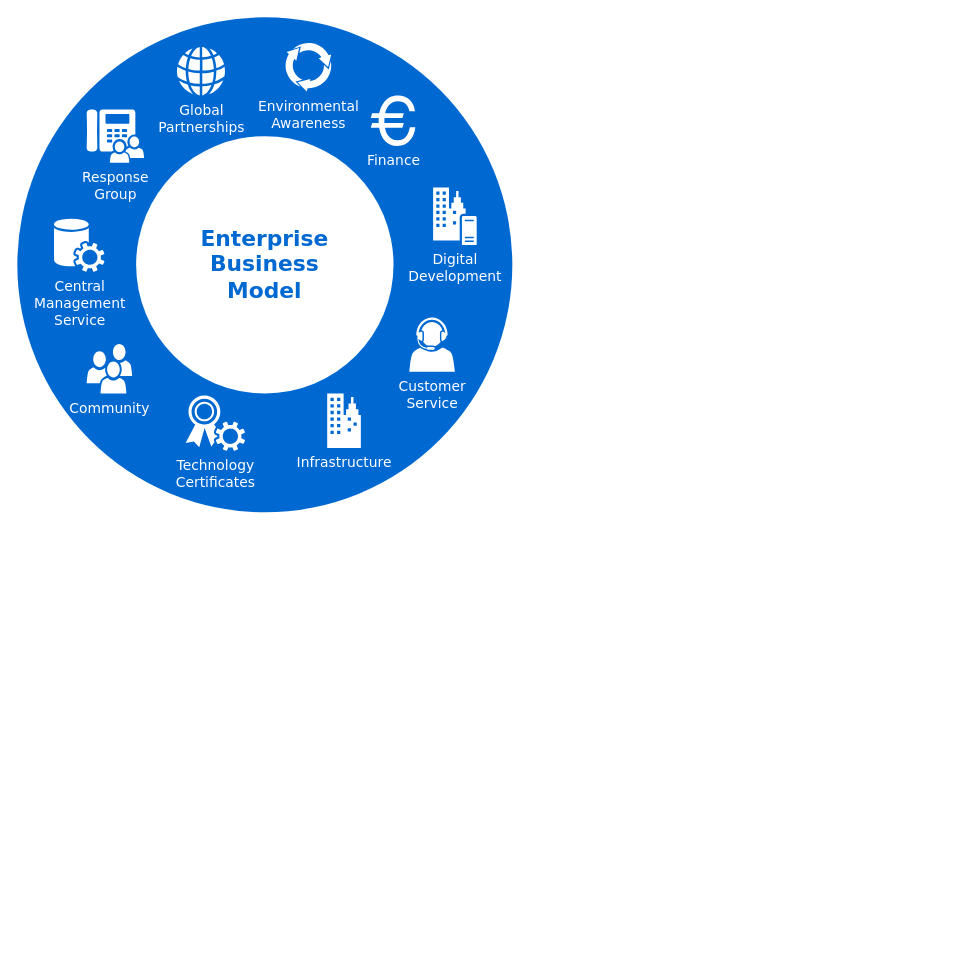
This is Untitled Diagram.drawio from paraghappygarg/paraghappygarg, a draw.io file, before an edit. Source tidied: cells renumbered, new cells numbered last; positions are measured from the earlier drawing's top-left corner, leaving out a move shared by most shapes. Both pictures are drawn from the tidied source at 99%, with x=0, y=0 at pixel (17, 17).
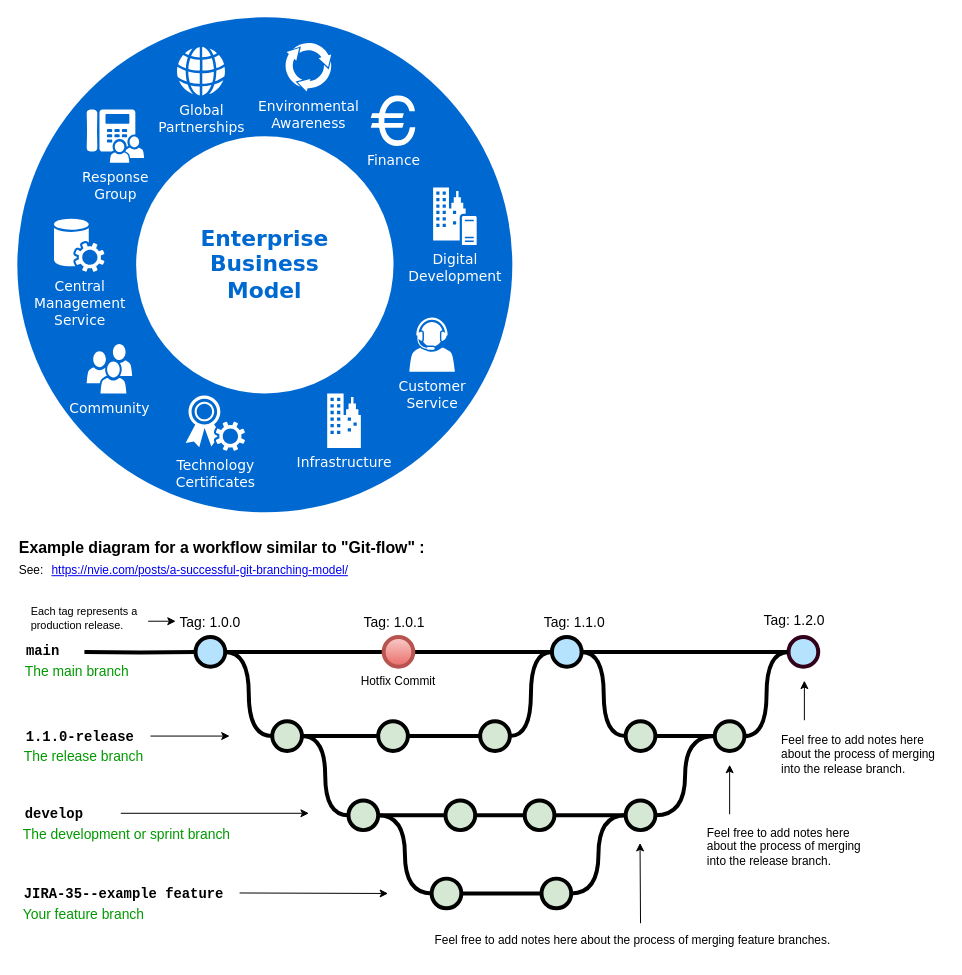
The same page after the edit.

The edit, as a diff of the source:
```diff
@@
+    <mxCell id="14" value="Hotfix Commit" style="text;html=1;strokeColor=none;fillColor=none;align=center;verticalAlign=middle;whiteSpace=wrap;overflow=hidden;" parent="1" vertex="1">
+      <mxGeometry x="345" y="656" width="80" height="30" as="geometry" />
+    </mxCell>
+    <mxCell id="15" style="edgeStyle=orthogonalEdgeStyle;rounded=0;html=1;jettySize=auto;plain-blue;endArrow=none;endFill=0;strokeWidth=4;strokeColor=#000000;entryX=0;entryY=0.5;entryDx=0;entryDy=0;entryPerimeter=0;" parent="1" edge="1" source="17" target="73">
+      <mxGeometry x="490" y="751" as="geometry" />
+    </mxCell>
+    <mxCell id="16" style="edgeStyle=orthogonalEdgeStyle;curved=1;rounded=0;html=1;exitX=1;exitY=0.5;exitPerimeter=0;entryX=0;entryY=0.5;entryPerimeter=0;endArrow=none;endFill=0;jettySize=auto;strokeWidth=4;fontSize=15;" parent="1" edge="1" source="17" target="25">
+      <mxGeometry relative="1" as="geometry" />
+    </mxCell>
+    <mxCell id="17" style="verticalLabelPosition=bottom;verticalAlign=top;html=1;strokeWidth=4;shape=mxgraph.flowchart.on-page_reference;plain-blue;gradientColor=none;fillColor=#B5E3Fe;strokeColor=#000000;" parent="1" vertex="1">
+      <mxGeometry x="180" y="626" width="30" height="30" as="geometry" />
+    </mxCell>
+    <mxCell id="18" style="edgeStyle=orthogonalEdgeStyle;curved=1;rounded=0;jettySize=auto;html=1;endArrow=none;endFill=0;strokeWidth=4;entryX=0;entryY=0.5;entryDx=0;entryDy=0;entryPerimeter=0;" parent="1" edge="1" source="20" target="21">
+      <mxGeometry relative="1" as="geometry" />
+    </mxCell>
+    <mxCell id="19" style="edgeStyle=orthogonalEdgeStyle;curved=1;rounded=0;jettySize=auto;html=1;exitX=1;exitY=0.5;exitDx=0;exitDy=0;exitPerimeter=0;entryX=0;entryY=0.5;entryDx=0;entryDy=0;entryPerimeter=0;endArrow=none;endFill=0;strokeWidth=4;fontFamily=Courier New;fontColor=#009900;" parent="1" edge="1" source="20" target="57">
+      <mxGeometry relative="1" as="geometry" />
+    </mxCell>
+    <mxCell id="20" style="verticalLabelPosition=bottom;verticalAlign=top;html=1;strokeWidth=4;shape=mxgraph.flowchart.on-page_reference;plain-blue;gradientColor=none;strokeColor=#000000;fillColor=#B5E3FE;" parent="1" vertex="1">
+      <mxGeometry x="540" y="626" width="30" height="30" as="geometry" />
+    </mxCell>
+    <mxCell id="21" style="verticalLabelPosition=bottom;verticalAlign=top;html=1;strokeWidth=4;shape=mxgraph.flowchart.on-page_reference;plain-blue;gradientColor=none;strokeColor=#33001A;fillColor=#B5E3FE;" parent="1" vertex="1">
+      <mxGeometry x="779" y="626" width="30" height="30" as="geometry" />
+    </mxCell>
+    <mxCell id="22" style="edgeStyle=orthogonalEdgeStyle;rounded=0;html=1;jettySize=auto;strokeWidth=4;endArrow=none;endFill=0;" parent="1" edge="1" target="17">
+      <mxGeometry x="390" y="751" as="geometry">
+        <mxPoint x="67.8" y="641" as="sourcePoint" />
+      </mxGeometry>
+    </mxCell>
+    <mxCell id="23" value="main" style="text;html=1;strokeColor=none;fillColor=none;align=center;verticalAlign=middle;whiteSpace=wrap;overflow=hidden;fontSize=14;fontStyle=1;fontFamily=Courier New;" parent="1" vertex="1">
+      <mxGeometry x="0.8" y="620" width="50" height="42" as="geometry" />
+    </mxCell>
+    <mxCell id="24" style="edgeStyle=orthogonalEdgeStyle;curved=1;rounded=0;html=1;exitX=1;exitY=0.5;exitPerimeter=0;endArrow=none;endFill=0;jettySize=auto;strokeWidth=4;fontSize=15;" parent="1" edge="1" source="25" target="27">
+      <mxGeometry relative="1" as="geometry" />
+    </mxCell>
+    <mxCell id="25" style="verticalLabelPosition=bottom;verticalAlign=top;html=1;strokeWidth=4;shape=mxgraph.flowchart.on-page_reference;plain-purple;gradientColor=none;strokeColor=#000000;fillColor=#D5E8D4;" parent="1" vertex="1">
+      <mxGeometry x="257.5" y="711" width="30" height="30" as="geometry" />
+    </mxCell>
+    <mxCell id="26" style="edgeStyle=orthogonalEdgeStyle;curved=1;rounded=0;html=1;exitX=1;exitY=0.5;exitPerimeter=0;entryX=0;entryY=0.5;entryPerimeter=0;endArrow=none;endFill=0;jettySize=auto;strokeWidth=4;fontSize=15;" parent="1" edge="1" source="27" target="29">
+      <mxGeometry relative="1" as="geometry" />
+    </mxCell>
+    <mxCell id="27" style="verticalLabelPosition=bottom;verticalAlign=top;html=1;strokeWidth=4;shape=mxgraph.flowchart.on-page_reference;plain-purple;gradientColor=none;strokeColor=#000000;fillColor=#D5E8D4;" parent="1" vertex="1">
+      <mxGeometry x="364.5" y="711" width="30" height="30" as="geometry" />
+    </mxCell>
+    <mxCell id="28" style="edgeStyle=orthogonalEdgeStyle;curved=1;rounded=0;html=1;exitX=1;exitY=0.5;exitPerimeter=0;entryX=0;entryY=0.5;entryPerimeter=0;endArrow=none;endFill=0;jettySize=auto;strokeWidth=4;fontSize=15;" parent="1" edge="1" source="29" target="20">
+      <mxGeometry relative="1" as="geometry" />
+    </mxCell>
+    <mxCell id="29" style="verticalLabelPosition=bottom;verticalAlign=top;html=1;strokeWidth=4;shape=mxgraph.flowchart.on-page_reference;plain-purple;gradientColor=none;strokeColor=#000000;fillColor=#D5E8D4;" parent="1" vertex="1">
+      <mxGeometry x="467.5" y="711" width="30" height="30" as="geometry" />
+    </mxCell>
+    <mxCell id="30" value="1.1.0-release" style="text;html=1;strokeColor=none;fillColor=none;align=left;verticalAlign=middle;whiteSpace=wrap;overflow=hidden;fontSize=14;fontStyle=1;fontFamily=Courier New;" parent="1" vertex="1">
+      <mxGeometry x="6.5" y="716" width="240" height="20" as="geometry" />
+    </mxCell>
+    <mxCell id="31" style="edgeStyle=orthogonalEdgeStyle;rounded=0;jettySize=auto;html=1;endArrow=none;endFill=0;strokeWidth=4;" parent="1" edge="1" source="34" target="36">
+      <mxGeometry relative="1" as="geometry" />
+    </mxCell>
+    <mxCell id="32" style="edgeStyle=orthogonalEdgeStyle;rounded=0;jettySize=auto;html=1;entryX=1;entryY=0.5;entryDx=0;entryDy=0;entryPerimeter=0;endArrow=none;endFill=0;strokeWidth=4;curved=1;" parent="1" edge="1" source="34" target="25">
+      <mxGeometry relative="1" as="geometry" />
+    </mxCell>
+    <mxCell id="33" style="edgeStyle=orthogonalEdgeStyle;curved=1;rounded=0;jettySize=auto;html=1;exitX=1;exitY=0.5;exitDx=0;exitDy=0;exitPerimeter=0;entryX=0;entryY=0.5;entryDx=0;entryDy=0;entryPerimeter=0;endArrow=none;endFill=0;strokeWidth=4;fontFamily=Courier New;fontColor=#009900;" parent="1" edge="1" source="34" target="43">
+      <mxGeometry relative="1" as="geometry" />
+    </mxCell>
+    <mxCell id="34" style="verticalLabelPosition=bottom;verticalAlign=top;html=1;strokeWidth=4;shape=mxgraph.flowchart.on-page_reference;plain-purple;gradientColor=none;strokeColor=#000000;fillColor=#D5E8D4;" parent="1" vertex="1">
+      <mxGeometry x="334.5" y="791" width="30" height="30" as="geometry" />
+    </mxCell>
+    <mxCell id="35" style="edgeStyle=orthogonalEdgeStyle;curved=1;rounded=0;jettySize=auto;html=1;endArrow=none;endFill=0;strokeWidth=4;" parent="1" edge="1" source="36" target="38">
+      <mxGeometry relative="1" as="geometry" />
+    </mxCell>
+    <mxCell id="36" style="verticalLabelPosition=bottom;verticalAlign=top;html=1;strokeWidth=4;shape=mxgraph.flowchart.on-page_reference;plain-purple;gradientColor=none;strokeColor=#000000;fillColor=#D5E8D4;" parent="1" vertex="1">
+      <mxGeometry x="432.5" y="791" width="30" height="30" as="geometry" />
+    </mxCell>
+    <mxCell id="37" style="edgeStyle=orthogonalEdgeStyle;curved=1;rounded=0;jettySize=auto;html=1;endArrow=none;endFill=0;strokeWidth=4;fontFamily=Courier New;fontColor=#009900;" parent="1" edge="1" source="38" target="40">
+      <mxGeometry relative="1" as="geometry" />
+    </mxCell>
+    <mxCell id="38" style="verticalLabelPosition=bottom;verticalAlign=top;html=1;strokeWidth=4;shape=mxgraph.flowchart.on-page_reference;plain-purple;gradientColor=none;strokeColor=#000000;fillColor=#D5E8D4;" parent="1" vertex="1">
+      <mxGeometry x="512.5" y="791" width="30" height="30" as="geometry" />
+    </mxCell>
+    <mxCell id="39" style="edgeStyle=orthogonalEdgeStyle;curved=1;rounded=0;jettySize=auto;html=1;entryX=0;entryY=0.5;entryDx=0;entryDy=0;entryPerimeter=0;endArrow=none;endFill=0;strokeWidth=4;fontFamily=Courier New;fontColor=#009900;" parent="1" edge="1" source="40" target="59">
+      <mxGeometry relative="1" as="geometry" />
+    </mxCell>
+    <mxCell id="40" style="verticalLabelPosition=bottom;verticalAlign=top;html=1;strokeWidth=4;shape=mxgraph.flowchart.on-page_reference;plain-purple;gradientColor=none;strokeColor=#000000;fillColor=#D5E8D4;" parent="1" vertex="1">
+      <mxGeometry x="614.5" y="791" width="30" height="30" as="geometry" />
+    </mxCell>
+    <mxCell id="41" value="develop" style="text;html=1;strokeColor=none;fillColor=none;align=left;verticalAlign=middle;whiteSpace=wrap;overflow=hidden;fontSize=14;fontStyle=1;fontFamily=Courier New;" parent="1" vertex="1">
+      <mxGeometry x="5.5" y="794" width="91" height="20" as="geometry" />
+    </mxCell>
+    <mxCell id="42" style="edgeStyle=orthogonalEdgeStyle;rounded=0;jettySize=auto;html=1;endArrow=none;endFill=0;strokeWidth=4;" parent="1" edge="1" source="43" target="45">
+      <mxGeometry relative="1" as="geometry" />
+    </mxCell>
+    <mxCell id="43" style="verticalLabelPosition=bottom;verticalAlign=top;html=1;strokeWidth=4;shape=mxgraph.flowchart.on-page_reference;plain-purple;gradientColor=none;strokeColor=#000000;fillColor=#D5E8D4;" parent="1" vertex="1">
+      <mxGeometry x="418.5" y="870" width="30" height="30" as="geometry" />
+    </mxCell>
+    <mxCell id="44" style="edgeStyle=orthogonalEdgeStyle;curved=1;rounded=0;jettySize=auto;html=1;exitX=1;exitY=0.5;exitDx=0;exitDy=0;exitPerimeter=0;entryX=0;entryY=0.5;entryDx=0;entryDy=0;entryPerimeter=0;endArrow=none;endFill=0;strokeWidth=4;fontFamily=Courier New;fontColor=#009900;" parent="1" edge="1" source="45" target="40">
+      <mxGeometry relative="1" as="geometry" />
+    </mxCell>
+    <mxCell id="45" style="verticalLabelPosition=bottom;verticalAlign=top;html=1;strokeWidth=4;shape=mxgraph.flowchart.on-page_reference;plain-purple;gradientColor=none;strokeColor=#000000;fillColor=#D5E8D4;" parent="1" vertex="1">
+      <mxGeometry x="529.5" y="870" width="30" height="30" as="geometry" />
+    </mxCell>
+    <mxCell id="46" value="JIRA-35--example feature" style="text;html=1;strokeColor=none;fillColor=none;align=left;verticalAlign=middle;whiteSpace=wrap;overflow=hidden;fontSize=14;fontStyle=1;fontFamily=Courier New;" parent="1" vertex="1">
+      <mxGeometry x="5.2" y="875" width="240" height="20" as="geometry" />
+    </mxCell>
+    <mxCell id="47" value="The development or sprint branch" style="text;html=1;strokeColor=none;fillColor=none;align=left;verticalAlign=middle;whiteSpace=wrap;overflow=hidden;fontSize=14;fontStyle=0;fontColor=#009900;" parent="1" vertex="1">
+      <mxGeometry x="3.5" y="814" width="240" height="20" as="geometry" />
+    </mxCell>
+    <mxCell id="48" value="Your feature branch" style="text;html=1;strokeColor=none;fillColor=none;align=left;verticalAlign=middle;whiteSpace=wrap;overflow=hidden;fontSize=14;fontStyle=0;fontColor=#009900;" parent="1" vertex="1">
+      <mxGeometry x="3.5" y="895" width="240" height="20" as="geometry" />
+    </mxCell>
+    <mxCell id="49" value="The release branch" style="text;html=1;strokeColor=none;fillColor=none;align=left;verticalAlign=middle;whiteSpace=wrap;overflow=hidden;fontSize=14;fontStyle=0;fontColor=#009900;" parent="1" vertex="1">
+      <mxGeometry x="4.5" y="736" width="240" height="20" as="geometry" />
+    </mxCell>
+    <mxCell id="50" value="The main branch&lt;br&gt;" style="text;html=1;strokeColor=none;fillColor=none;align=left;verticalAlign=middle;whiteSpace=wrap;overflow=hidden;fontSize=14;fontStyle=0;fontColor=#009900;" parent="1" vertex="1">
+      <mxGeometry x="6" y="650" width="146.8" height="20" as="geometry" />
+    </mxCell>
+    <mxCell id="51" style="endArrow=classic;html=1;strokeWidth=1;fontFamily=Courier New;fontColor=#009900;rounded=0;" parent="1" edge="1">
+      <mxGeometry relative="1" as="geometry">
+        <mxPoint x="224.5" y="884.5" as="sourcePoint" />
+        <mxPoint x="374.5" y="885" as="targetPoint" />
+      </mxGeometry>
+    </mxCell>
+    <mxCell id="52" style="endArrow=classic;html=1;strokeWidth=1;fontFamily=Courier New;fontColor=#009900;rounded=0;" parent="1" edge="1">
+      <mxGeometry relative="1" as="geometry">
+        <mxPoint x="104.5" y="804" as="sourcePoint" />
+        <mxPoint x="294.5" y="804" as="targetPoint" />
+      </mxGeometry>
+    </mxCell>
+    <mxCell id="53" style="endArrow=classic;html=1;strokeWidth=1;fontFamily=Courier New;fontColor=#009900;rounded=0;" parent="1" edge="1">
+      <mxGeometry relative="1" as="geometry">
+        <mxPoint x="134.5" y="726" as="sourcePoint" />
+        <mxPoint x="214.5" y="726" as="targetPoint" />
+      </mxGeometry>
+    </mxCell>
+    <mxCell id="54" value="Tag: 1.1.0" style="text;html=1;strokeColor=none;fillColor=none;align=center;verticalAlign=middle;whiteSpace=wrap;overflow=hidden;fontSize=14;" parent="1" vertex="1">
+      <mxGeometry x="508" y="600" width="110" height="20" as="geometry" />
+    </mxCell>
+    <mxCell id="55" value="Tag: 1.0.0" style="text;html=1;strokeColor=none;fillColor=none;align=center;verticalAlign=middle;whiteSpace=wrap;overflow=hidden;fontSize=14;" parent="1" vertex="1">
+      <mxGeometry x="160" y="600" width="70" height="20" as="geometry" />
+    </mxCell>
+    <mxCell id="56" style="edgeStyle=orthogonalEdgeStyle;curved=1;rounded=0;jettySize=auto;html=1;endArrow=none;endFill=0;strokeWidth=4;fontFamily=Courier New;fontColor=#009900;" parent="1" edge="1" source="57" target="59">
+      <mxGeometry relative="1" as="geometry" />
+    </mxCell>
+    <mxCell id="57" style="verticalLabelPosition=bottom;verticalAlign=top;html=1;strokeWidth=4;shape=mxgraph.flowchart.on-page_reference;plain-purple;gradientColor=none;strokeColor=#000000;fillColor=#D5E8D4;" parent="1" vertex="1">
+      <mxGeometry x="614.5" y="711" width="30" height="30" as="geometry" />
+    </mxCell>
+    <mxCell id="58" style="edgeStyle=orthogonalEdgeStyle;curved=1;rounded=0;jettySize=auto;html=1;entryX=0;entryY=0.5;entryDx=0;entryDy=0;entryPerimeter=0;endArrow=none;endFill=0;strokeWidth=4;fontFamily=Courier New;fontColor=#009900;" parent="1" edge="1" source="59" target="21">
+      <mxGeometry relative="1" as="geometry" />
+    </mxCell>
+    <mxCell id="59" style="verticalLabelPosition=bottom;verticalAlign=top;html=1;strokeWidth=4;shape=mxgraph.flowchart.on-page_reference;plain-purple;gradientColor=none;strokeColor=#000000;fillColor=#D5E8D4;" parent="1" vertex="1">
+      <mxGeometry x="704.5" y="711" width="30" height="30" as="geometry" />
+    </mxCell>
+    <mxCell id="60" value="Tag: 1.2.0" style="text;html=1;strokeColor=none;fillColor=none;align=center;verticalAlign=middle;whiteSpace=wrap;overflow=hidden;fontSize=14;" parent="1" vertex="1">
+      <mxGeometry x="730" y="598" width="110" height="20" as="geometry" />
+    </mxCell>
+    <mxCell id="61" style="endArrow=classic;html=1;strokeWidth=1;fontFamily=Courier New;fontColor=#009900;exitX=0.5;exitY=0;exitDx=0;exitDy=0;rounded=0;" parent="1" edge="1" source="64">
+      <mxGeometry relative="1" as="geometry">
+        <mxPoint x="629" y="834" as="targetPoint" />
+      </mxGeometry>
+    </mxCell>
+    <mxCell id="62" style="endArrow=classic;html=1;strokeWidth=1;fontFamily=Courier New;fontColor=#009900;rounded=0;" parent="1" edge="1">
+      <mxGeometry relative="1" as="geometry">
+        <mxPoint x="719.5" y="805" as="sourcePoint" />
+        <mxPoint x="719.5" y="755" as="targetPoint" />
+      </mxGeometry>
+    </mxCell>
+    <mxCell id="63" value="&lt;span style=&quot;text-align: center&quot;&gt;Feel free to add notes here about the process of merging into the release branch.&lt;br&gt;&lt;/span&gt;" style="text;html=1;strokeColor=none;fillColor=none;align=left;verticalAlign=middle;whiteSpace=wrap;overflow=hidden;fontSize=12;fontStyle=0;fontColor=#000000;" parent="1" vertex="1">
+      <mxGeometry x="694.5" y="805" width="163.2" height="66" as="geometry" />
+    </mxCell>
+    <mxCell id="64" value="&lt;div style=&quot;&quot;&gt;&lt;span&gt;Feel free to add notes here about the process of merging feature branches.&lt;/span&gt;&lt;/div&gt;" style="text;html=1;strokeColor=none;fillColor=none;align=left;verticalAlign=middle;whiteSpace=wrap;overflow=hidden;fontSize=12;fontStyle=0;fontColor=#000000;" parent="1" vertex="1">
+      <mxGeometry x="420.4" y="915" width="418.2" height="36" as="geometry" />
+    </mxCell>
+    <mxCell id="65" style="edgeStyle=orthogonalEdgeStyle;rounded=0;jettySize=auto;html=1;fontSize=12;fontColor=#000000;entryX=0;entryY=0.5;entryDx=0;entryDy=0;" parent="1" edge="1" source="66" target="55">
+      <mxGeometry relative="1" as="geometry">
+        <Array as="points">
+          <mxPoint x="140" y="610" />
+          <mxPoint x="140" y="610" />
+        </Array>
+      </mxGeometry>
+    </mxCell>
+    <mxCell id="66" value="&lt;span style=&quot;text-align: center; font-size: 11px;&quot;&gt;Each tag represents a production release.&lt;/span&gt;" style="text;html=1;strokeColor=none;fillColor=none;align=left;verticalAlign=middle;whiteSpace=wrap;overflow=hidden;fontSize=11;fontStyle=0;fontColor=#000000;" parent="1" vertex="1">
+      <mxGeometry x="12.2" y="588" width="120" height="38" as="geometry" />
+    </mxCell>
+    <mxCell id="67" value="Example diagram for a workflow similar to &quot;Git-flow&quot; :" style="text;whiteSpace=wrap;html=1;fontStyle=1;fontSize=16;" parent="1" vertex="1">
+      <mxGeometry y="520" width="427.8" height="20" as="geometry" />
+    </mxCell>
+    <mxCell id="68" value="&lt;a href=&quot;https://nvie.com/posts/a-successful-git-branching-model/&quot;&gt;https://nvie.com/posts/a-successful-git-branching-model/&lt;/a&gt;" style="text;whiteSpace=wrap;html=1;" parent="1" vertex="1">
+      <mxGeometry x="32.8" y="545" width="355" height="20" as="geometry" />
+    </mxCell>
+    <mxCell id="69" value="See:" style="text;whiteSpace=wrap;html=1;" parent="1" vertex="1">
+      <mxGeometry y="545" width="32.8" height="20" as="geometry" />
+    </mxCell>
+    <mxCell id="70" style="endArrow=classic;html=1;strokeWidth=1;fontFamily=Courier New;fontColor=#009900;rounded=0;" parent="1" edge="1">
+      <mxGeometry relative="1" as="geometry">
+        <mxPoint x="795" y="710" as="sourcePoint" />
+        <mxPoint x="795" y="670" as="targetPoint" />
+      </mxGeometry>
+    </mxCell>
+    <mxCell id="71" value="&lt;span style=&quot;text-align: center&quot;&gt;Feel free to add notes here about the process of merging into the release branch.&lt;br&gt;&lt;br&gt;&lt;/span&gt;" style="text;html=1;strokeColor=none;fillColor=none;align=left;verticalAlign=middle;whiteSpace=wrap;overflow=hidden;fontSize=12;fontStyle=0;fontColor=#000000;" parent="1" vertex="1">
+      <mxGeometry x="770" y="711" width="167.8" height="81" as="geometry" />
+    </mxCell>
+    <mxCell id="72" style="edgeStyle=orthogonalEdgeStyle;rounded=0;jettySize=auto;html=1;fontSize=15;endArrow=none;endFill=0;strokeWidth=4;entryX=0;entryY=0.5;entryDx=0;entryDy=0;entryPerimeter=0;" parent="1" edge="1" source="73" target="20">
+      <mxGeometry relative="1" as="geometry" />
+    </mxCell>
+    <mxCell id="73" style="verticalLabelPosition=bottom;verticalAlign=top;html=1;strokeWidth=4;shape=mxgraph.flowchart.on-page_reference;plain-blue;gradientColor=#EA6B66;strokeColor=#B85450;fillColor=#F8CECC;" parent="1" vertex="1">
+      <mxGeometry x="370" y="626" width="30" height="30" as="geometry" />
+    </mxCell>
+    <mxCell id="74" value="Tag: 1.0.1" style="text;html=1;strokeColor=none;fillColor=none;align=center;verticalAlign=middle;whiteSpace=wrap;overflow=hidden;fontSize=14;" parent="1" vertex="1">
+      <mxGeometry x="346.2" y="600" width="70" height="20" as="geometry" />
+    </mxCell>
```
